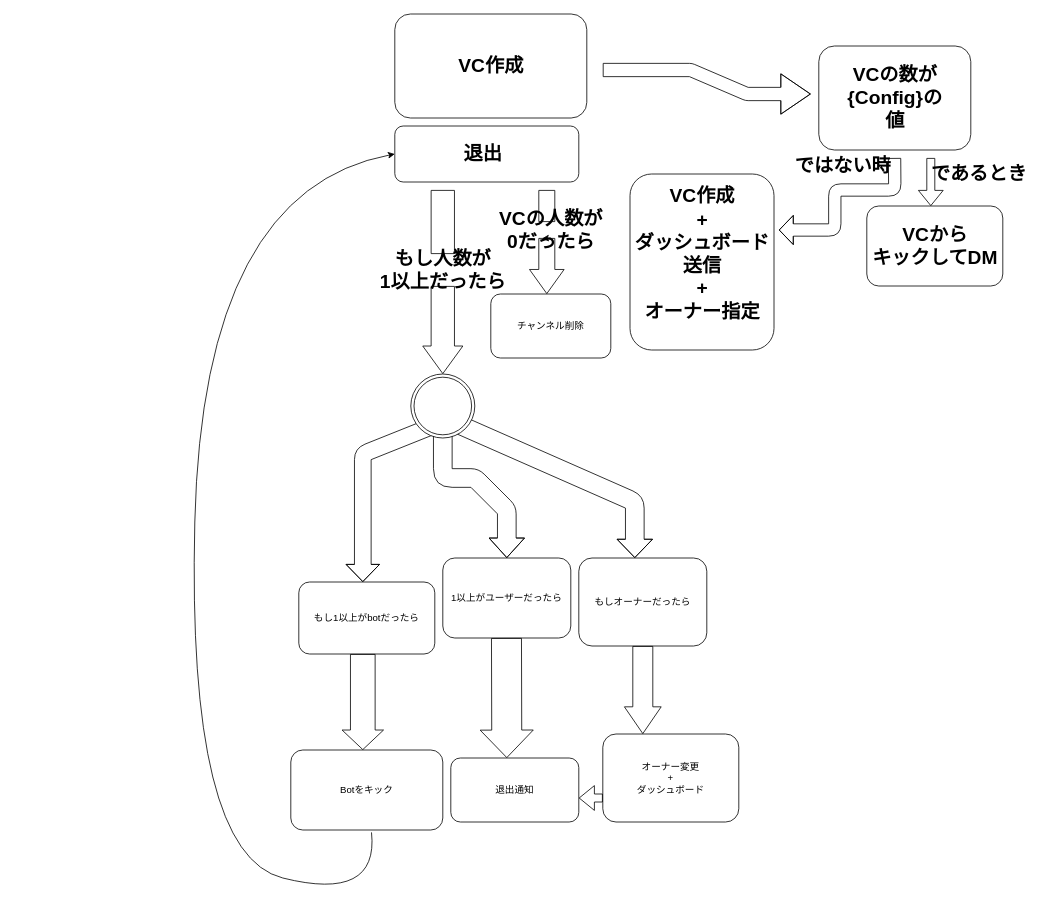
Above: page "ページ1" (1 of 2) of vc.drawio in aic-6301/AicyBot (draw.io), before the change. Source tidied: cells renumbered, new cells numbered last; positions are measured from the earlier drawing's top-left corner, leaving out a move shared by most shapes. Both pictures are drawn from the tidied source at 80%, with x=0, y=0 at pixel (186, 14).
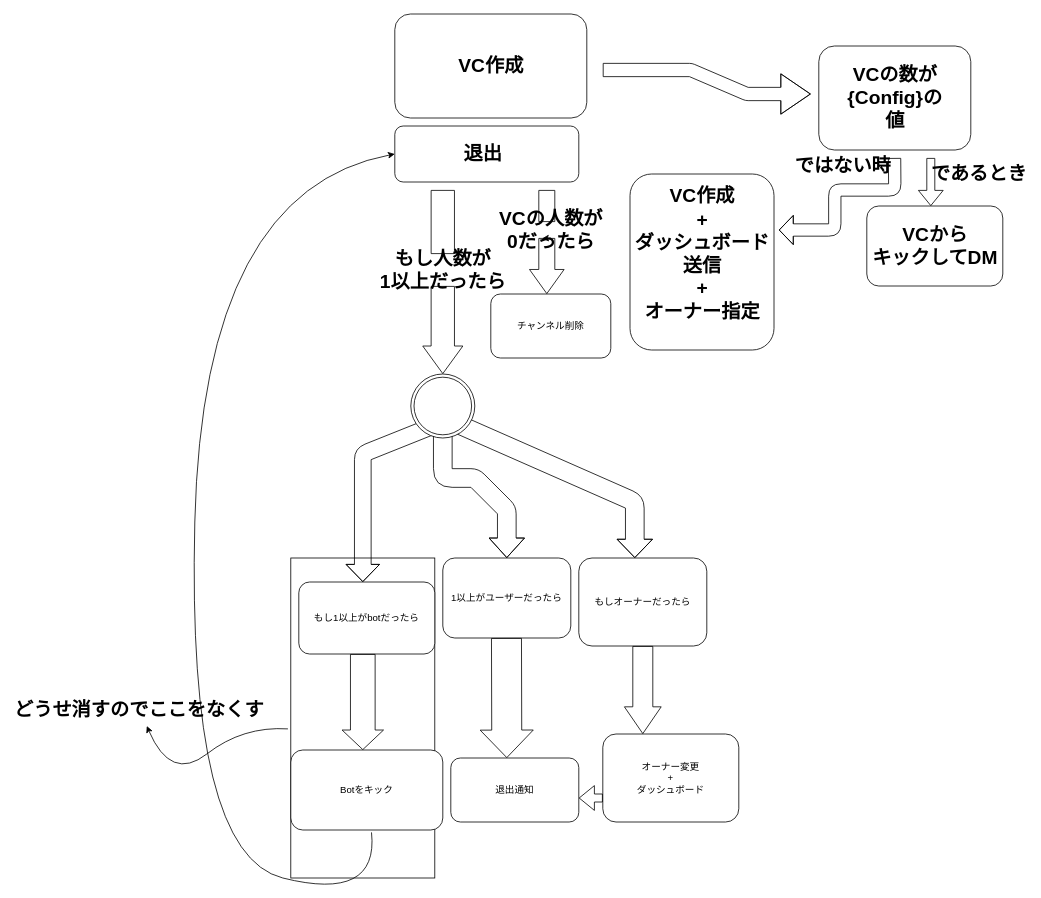
After the change.

The edit, as a diff of the source:
```diff
@@
+    <mxCell id="40" style="rounded=0;whiteSpace=wrap;html=1;" parent="1" vertex="1">
+      <mxGeometry x="130" y="680" width="180" height="400" as="geometry" />
+    </mxCell>
@@
+    <mxCell id="41" style="curved=1;endArrow=classic;html=1;exitX=-0.02;exitY=0.534;exitDx=0;exitDy=0;exitPerimeter=0;" parent="1" edge="1" source="40">
+      <mxGeometry relative="1" as="geometry">
+        <mxPoint x="-50" y="890" as="targetPoint" />
+        <Array as="points">
+          <mxPoint x="70" y="890" />
+          <mxPoint x="-20" y="960" />
+        </Array>
+      </mxGeometry>
+    </mxCell>
+    <mxCell id="42" value="どうせ消すのでここをなくす" style="text;strokeColor=none;fillColor=none;html=1;fontSize=24;fontStyle=1;verticalAlign=middle;align=center;" parent="1" vertex="1">
+      <mxGeometry x="-110" y="850" width="100" height="40" as="geometry" />
+    </mxCell>
```
